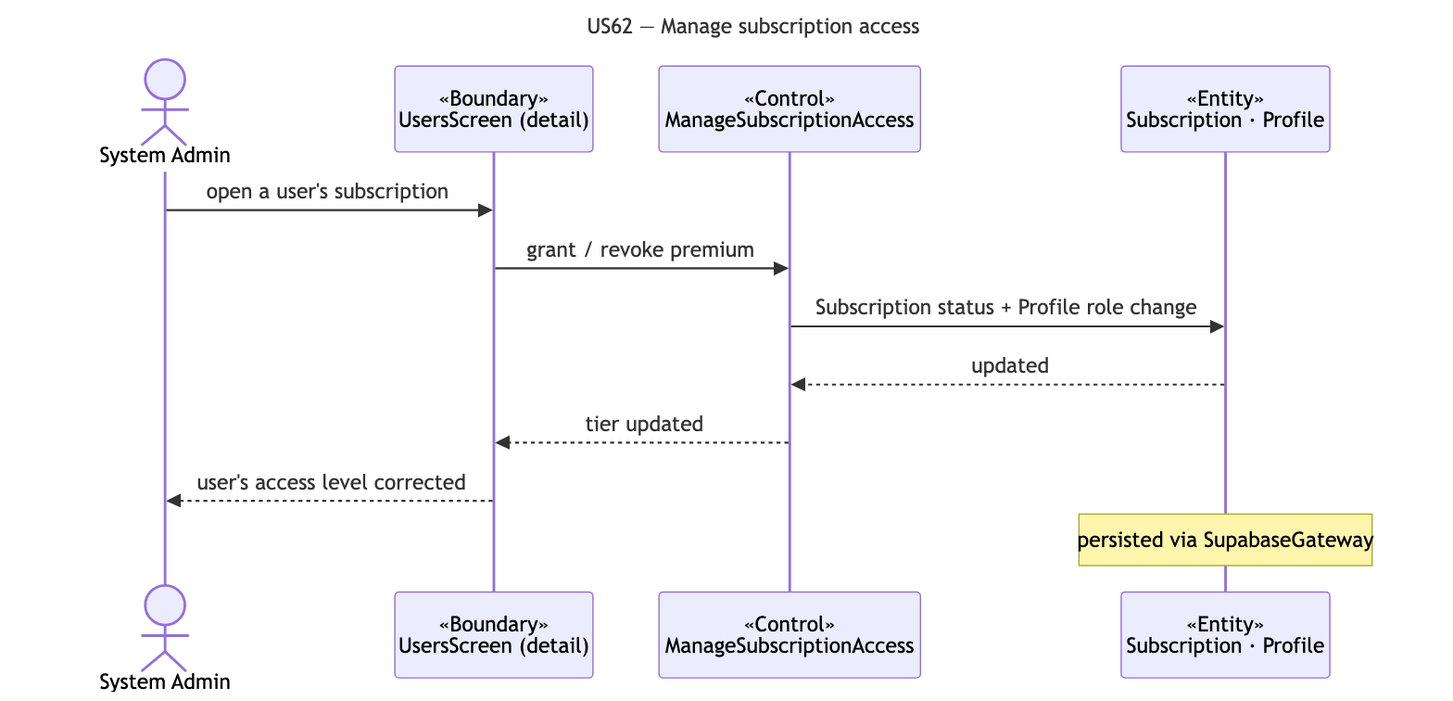
The Mermaid diagram docs/deliverables/sequence-diagrams/US62-manage-subscription-access.png in cyuanjun/FYP-26-S2-37-app, before a commit. Its source is kept beside it as docs/deliverables/sequence-diagrams/src/US62-manage-subscription-access.mmd.
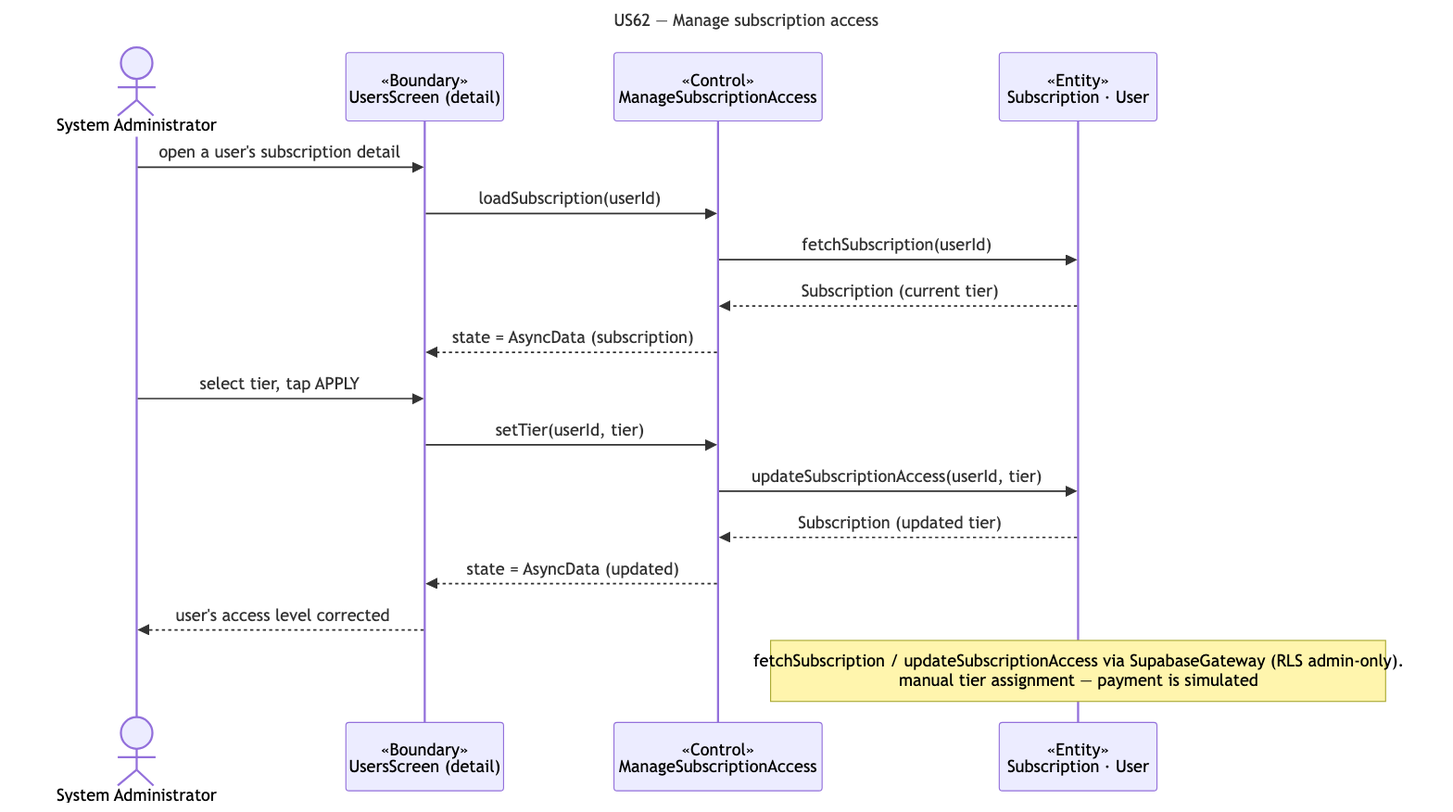
After the change.

Change to the diagram source:
```diff
@@ -2,14 +2,19 @@
 title: "US62 — Manage subscription access"
 ---
 sequenceDiagram
-  actor A as System Admin
+  actor A as System Administrator
   participant B as «Boundary»<br/>UsersScreen (detail)
   participant C as «Control»<br/>ManageSubscriptionAccess
-  participant E as «Entity»<br/>Subscription · Profile
-  A->>B: open a user's subscription
-  B->>C: grant / revoke premium
-  C->>E: Subscription status + Profile role change
-  E-->>C: updated
-  C-->>B: tier updated
+  participant E as «Entity»<br/>Subscription · User
+  A->>B: open a user's subscription detail
+  B->>C: loadSubscription(userId)
+  C->>E: fetchSubscription(userId)
+  E-->>C: Subscription (current tier)
+  C-->>B: state = AsyncData (subscription)
+  A->>B: select tier, tap APPLY
+  B->>C: setTier(userId, tier)
+  C->>E: updateSubscriptionAccess(userId, tier)
+  E-->>C: Subscription (updated tier)
+  C-->>B: state = AsyncData (updated)
   B-->>A: user's access level corrected
-  note over E: persisted via SupabaseGateway
+  note over E: fetchSubscription / updateSubscriptionAccess via SupabaseGateway (RLS admin-only).<br/>manual tier assignment — payment is simulated
```
